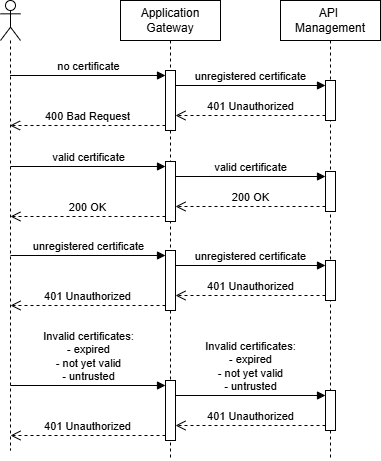
The draw.io diagram static/images/apim-client-certificate-series/02-validate-client-certificate-in-apim-behind-agw/sequence-diagram-agw-passthrough.png in ronaldbosma/blog, before a commit. Source tidied: cells renumbered, new cells last; positions are measured from the earlier drawing's top-left corner, leaving out a move shared by most shapes. Its diagram source:
```xml
<mxGraphModel>
  <root>
    <mxCell id="0" />
    <mxCell id="1" parent="0" />
    <mxCell id="2" style="shape=umlLifeline;perimeter=lifelinePerimeter;whiteSpace=wrap;html=1;outlineConnect=0;portConstraint=eastwest;newEdgeStyle={&quot;curved&quot;:0,&quot;rounded&quot;:0};participant=umlActor;" parent="1" vertex="1">
      <mxGeometry width="20" height="450" as="geometry" />
    </mxCell>
    <mxCell id="3" value="Application Gateway" style="shape=umlLifeline;perimeter=lifelinePerimeter;whiteSpace=wrap;html=1;newEdgeStyle={&quot;curved&quot;:0,&quot;rounded&quot;:0};" parent="1" vertex="1">
      <mxGeometry x="120" width="100" height="460" as="geometry" />
    </mxCell>
    <mxCell id="4" style="html=1;points=[[0,0,0,0,5],[0,1,0,0,-5],[1,0,0,0,5],[1,1,0,0,-5]];perimeter=orthogonalPerimeter;outlineConnect=0;targetShapes=umlLifeline;portConstraint=eastwest;newEdgeStyle={&quot;curved&quot;:0,&quot;rounded&quot;:0};" parent="3" vertex="1">
      <mxGeometry x="45" y="70" width="10" height="60" as="geometry" />
    </mxCell>
    <mxCell id="5" value="API&amp;nbsp;&lt;div&gt;Management&lt;/div&gt;" style="shape=umlLifeline;perimeter=lifelinePerimeter;whiteSpace=wrap;html=1;newEdgeStyle={&quot;curved&quot;:0,&quot;rounded&quot;:0};" parent="1" vertex="1">
      <mxGeometry x="280" width="100" height="460" as="geometry" />
    </mxCell>
    <mxCell id="6" style="html=1;points=[[0,0,0,0,5],[0,1,0,0,-5],[1,0,0,0,5],[1,1,0,0,-5]];perimeter=orthogonalPerimeter;outlineConnect=0;targetShapes=umlLifeline;portConstraint=eastwest;newEdgeStyle={&quot;curved&quot;:0,&quot;rounded&quot;:0};" parent="5" vertex="1">
      <mxGeometry x="45" y="80" width="10" height="40" as="geometry" />
    </mxCell>
    <mxCell id="7" value="unregistered certificate" style="html=1;verticalAlign=bottom;endArrow=block;curved=0;rounded=0;entryX=0;entryY=0;entryDx=0;entryDy=5;" parent="5" edge="1" target="6">
      <mxGeometry relative="1" as="geometry">
        <mxPoint x="-105" y="85" as="sourcePoint" />
      </mxGeometry>
    </mxCell>
    <mxCell id="8" value="401 Unauthorized" style="html=1;verticalAlign=bottom;endArrow=open;dashed=1;endSize=8;curved=0;rounded=0;exitX=0;exitY=1;exitDx=0;exitDy=-5;" parent="5" edge="1" source="6">
      <mxGeometry relative="1" as="geometry">
        <mxPoint x="-105" y="115" as="targetPoint" />
      </mxGeometry>
    </mxCell>
    <mxCell id="9" value="400 Bad Request" style="html=1;verticalAlign=bottom;endArrow=open;dashed=1;endSize=8;curved=0;rounded=0;exitX=0;exitY=1;exitDx=0;exitDy=-5;" parent="1" edge="1" source="4" target="2">
      <mxGeometry relative="1" as="geometry" />
    </mxCell>
    <mxCell id="10" value="no certificate" style="html=1;verticalAlign=bottom;endArrow=block;curved=0;rounded=0;entryX=0;entryY=0;entryDx=0;entryDy=5;" parent="1" edge="1" source="2" target="4">
      <mxGeometry relative="1" as="geometry" />
    </mxCell>
    <mxCell id="11" style="html=1;points=[[0,0,0,0,5],[0,1,0,0,-5],[1,0,0,0,5],[1,1,0,0,-5]];perimeter=orthogonalPerimeter;outlineConnect=0;targetShapes=umlLifeline;portConstraint=eastwest;newEdgeStyle={&quot;curved&quot;:0,&quot;rounded&quot;:0};" parent="1" vertex="1">
      <mxGeometry x="165" y="161" width="10" height="60" as="geometry" />
    </mxCell>
    <mxCell id="12" style="html=1;points=[[0,0,0,0,5],[0,1,0,0,-5],[1,0,0,0,5],[1,1,0,0,-5]];perimeter=orthogonalPerimeter;outlineConnect=0;targetShapes=umlLifeline;portConstraint=eastwest;newEdgeStyle={&quot;curved&quot;:0,&quot;rounded&quot;:0};" parent="1" vertex="1">
      <mxGeometry x="165" y="250" width="10" height="60" as="geometry" />
    </mxCell>
    <mxCell id="13" style="html=1;points=[[0,0,0,0,5],[0,1,0,0,-5],[1,0,0,0,5],[1,1,0,0,-5]];perimeter=orthogonalPerimeter;outlineConnect=0;targetShapes=umlLifeline;portConstraint=eastwest;newEdgeStyle={&quot;curved&quot;:0,&quot;rounded&quot;:0};" parent="1" vertex="1">
      <mxGeometry x="325" y="171" width="10" height="40" as="geometry" />
    </mxCell>
    <mxCell id="14" style="html=1;points=[[0,0,0,0,5],[0,1,0,0,-5],[1,0,0,0,5],[1,1,0,0,-5]];perimeter=orthogonalPerimeter;outlineConnect=0;targetShapes=umlLifeline;portConstraint=eastwest;newEdgeStyle={&quot;curved&quot;:0,&quot;rounded&quot;:0};" parent="1" vertex="1">
      <mxGeometry x="325" y="260" width="10" height="40" as="geometry" />
    </mxCell>
    <mxCell id="15" value="valid certificate" style="html=1;verticalAlign=bottom;endArrow=block;curved=0;rounded=0;entryX=0;entryY=0;entryDx=0;entryDy=5;" parent="1" edge="1" target="11">
      <mxGeometry relative="1" as="geometry">
        <mxPoint x="9.9" y="166" as="sourcePoint" />
      </mxGeometry>
    </mxCell>
    <mxCell id="16" value="200 OK" style="html=1;verticalAlign=bottom;endArrow=open;dashed=1;endSize=8;curved=0;rounded=0;exitX=0;exitY=1;exitDx=0;exitDy=-5;" parent="1" edge="1" source="11">
      <mxGeometry relative="1" as="geometry">
        <mxPoint x="9.9" y="216" as="targetPoint" />
      </mxGeometry>
    </mxCell>
    <mxCell id="17" value="valid certificate" style="html=1;verticalAlign=bottom;endArrow=block;curved=0;rounded=0;entryX=0;entryY=0;entryDx=0;entryDy=5;" parent="1" edge="1" source="11" target="13">
      <mxGeometry relative="1" as="geometry" />
    </mxCell>
    <mxCell id="18" value="200 OK" style="html=1;verticalAlign=bottom;endArrow=open;dashed=1;endSize=8;curved=0;rounded=0;exitX=0;exitY=1;exitDx=0;exitDy=-5;" parent="1" edge="1" source="13" target="11">
      <mxGeometry relative="1" as="geometry" />
    </mxCell>
    <mxCell id="19" value="unregistered certificate" style="html=1;verticalAlign=bottom;endArrow=block;curved=0;rounded=0;entryX=0;entryY=0;entryDx=0;entryDy=5;" parent="1" edge="1" target="12">
      <mxGeometry relative="1" as="geometry">
        <mxPoint x="9.9" y="255" as="sourcePoint" />
      </mxGeometry>
    </mxCell>
    <mxCell id="20" value="401 Unauthorized" style="html=1;verticalAlign=bottom;endArrow=open;dashed=1;endSize=8;curved=0;rounded=0;exitX=0;exitY=1;exitDx=0;exitDy=-5;" parent="1" edge="1" source="12">
      <mxGeometry relative="1" as="geometry">
        <mxPoint x="10" y="305" as="targetPoint" />
      </mxGeometry>
    </mxCell>
    <mxCell id="21" value="unregistered certificate" style="html=1;verticalAlign=bottom;endArrow=block;curved=0;rounded=0;entryX=0;entryY=0;entryDx=0;entryDy=5;" parent="1" edge="1" source="12" target="14">
      <mxGeometry relative="1" as="geometry" />
    </mxCell>
    <mxCell id="22" value="401 Unauthorized" style="html=1;verticalAlign=bottom;endArrow=open;dashed=1;endSize=8;curved=0;rounded=0;exitX=0;exitY=1;exitDx=0;exitDy=-5;" parent="1" edge="1" source="14" target="12">
      <mxGeometry relative="1" as="geometry" />
    </mxCell>
    <mxCell id="23" style="html=1;points=[[0,0,0,0,5],[0,1,0,0,-5],[1,0,0,0,5],[1,1,0,0,-5]];perimeter=orthogonalPerimeter;outlineConnect=0;targetShapes=umlLifeline;portConstraint=eastwest;newEdgeStyle={&quot;curved&quot;:0,&quot;rounded&quot;:0};" parent="1" vertex="1">
      <mxGeometry x="165" y="380" width="10" height="60" as="geometry" />
    </mxCell>
    <mxCell id="24" style="html=1;points=[[0,0,0,0,5],[0,1,0,0,-5],[1,0,0,0,5],[1,1,0,0,-5]];perimeter=orthogonalPerimeter;outlineConnect=0;targetShapes=umlLifeline;portConstraint=eastwest;newEdgeStyle={&quot;curved&quot;:0,&quot;rounded&quot;:0};" parent="1" vertex="1">
      <mxGeometry x="325" y="390" width="10" height="40" as="geometry" />
    </mxCell>
    <mxCell id="25" value="&lt;div&gt;&lt;span style=&quot;color: light-dark(rgb(0, 0, 0), rgb(255, 255, 255));&quot;&gt;Invalid certificates:&lt;/span&gt;&lt;/div&gt;- expired&lt;div&gt;- not yet valid&lt;/div&gt;&lt;div&gt;- untrusted&lt;/div&gt;" style="html=1;verticalAlign=bottom;endArrow=block;curved=0;rounded=0;entryX=0;entryY=0;entryDx=0;entryDy=5;" parent="1" edge="1" target="23">
      <mxGeometry relative="1" as="geometry">
        <mxPoint x="9.9" y="385" as="sourcePoint" />
      </mxGeometry>
    </mxCell>
    <mxCell id="26" value="401 Unauthorized" style="html=1;verticalAlign=bottom;endArrow=open;dashed=1;endSize=8;curved=0;rounded=0;exitX=0;exitY=1;exitDx=0;exitDy=-5;" parent="1" edge="1" source="23">
      <mxGeometry relative="1" as="geometry">
        <mxPoint x="10" y="435" as="targetPoint" />
      </mxGeometry>
    </mxCell>
    <mxCell id="27" value="&lt;div&gt;&lt;span style=&quot;color: light-dark(rgb(0, 0, 0), rgb(255, 255, 255));&quot;&gt;Invalid certificates:&lt;/span&gt;&lt;/div&gt;- expired&lt;div&gt;- not yet valid&lt;/div&gt;&lt;div&gt;- untrusted&lt;/div&gt;" style="html=1;verticalAlign=bottom;endArrow=block;curved=0;rounded=0;entryX=0;entryY=0;entryDx=0;entryDy=5;" parent="1" edge="1" source="23" target="24">
      <mxGeometry relative="1" as="geometry" />
    </mxCell>
    <mxCell id="28" value="401 Unauthorized" style="html=1;verticalAlign=bottom;endArrow=open;dashed=1;endSize=8;curved=0;rounded=0;exitX=0;exitY=1;exitDx=0;exitDy=-5;" parent="1" edge="1" source="24" target="23">
      <mxGeometry relative="1" as="geometry" />
    </mxCell>
  </root>
</mxGraphModel>
```
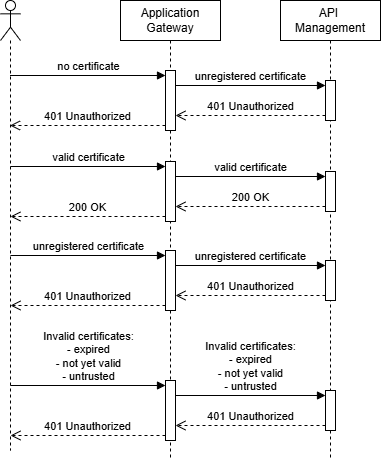
Later version of the same file.

Commit message:
Fix 'no certificate' response from 400 to 401 in agw mtls passthrough sequence diagram

Change to the diagram source:
```diff
@@ -27,7 +27,7 @@
         <mxPoint x="-105" y="115" as="targetPoint" />
       </mxGeometry>
     </mxCell>
-    <mxCell id="9" value="400 Bad Request" style="html=1;verticalAlign=bottom;endArrow=open;dashed=1;endSize=8;curved=0;rounded=0;exitX=0;exitY=1;exitDx=0;exitDy=-5;" parent="1" edge="1" source="4" target="2">
+    <mxCell id="9" value="&lt;span style=&quot;color: rgb(0, 0, 0);&quot;&gt;401 Unauthorized&lt;/span&gt;" style="html=1;verticalAlign=bottom;endArrow=open;dashed=1;endSize=8;curved=0;rounded=0;exitX=0;exitY=1;exitDx=0;exitDy=-5;" parent="1" edge="1" source="4" target="2">
       <mxGeometry relative="1" as="geometry" />
     </mxCell>
     <mxCell id="10" value="no certificate" style="html=1;verticalAlign=bottom;endArrow=block;curved=0;rounded=0;entryX=0;entryY=0;entryDx=0;entryDy=5;" parent="1" edge="1" source="2" target="4">
```
